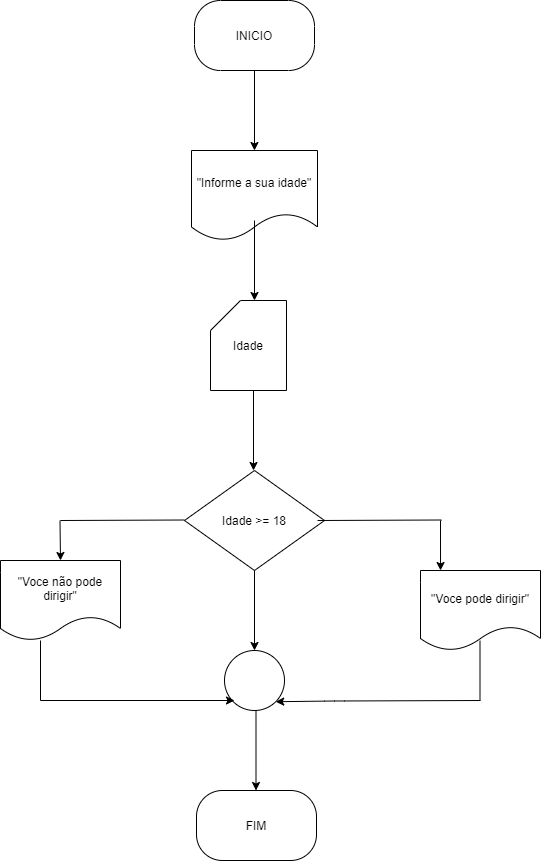
The draw.io diagram 11/diagrama011.drawio.png in SimioniMoises/Estrutura-sequencial, before a commit. Source tidied: cells renumbered, new cells last; positions are measured from the earlier drawing's top-left corner, leaving out a move shared by most shapes.
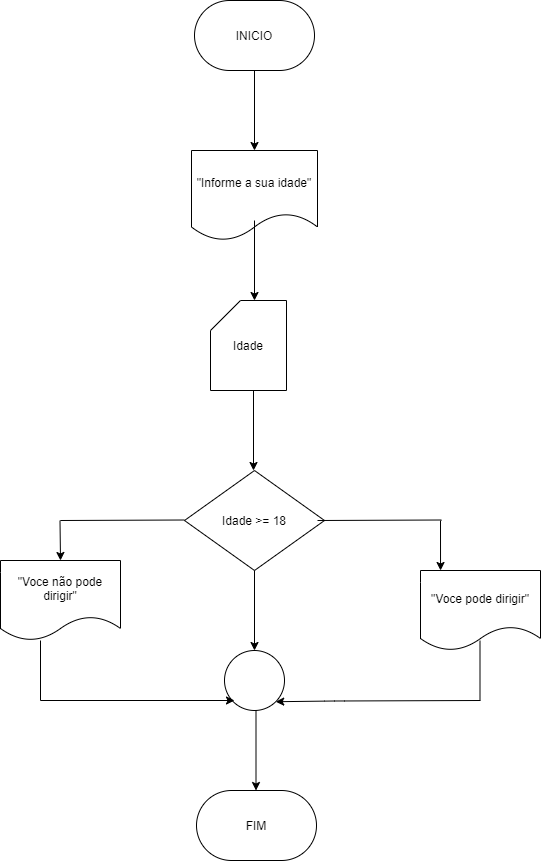
Later version of the same file.

What changed in the source:
```diff
@@ -5,7 +5,7 @@
     <mxCell id="2" style="edgeStyle=none;html=1;entryX=0.5;entryY=0;entryDx=0;entryDy=0;" parent="1" edge="1" source="3" target="4">
       <mxGeometry relative="1" as="geometry" />
     </mxCell>
-    <mxCell id="3" value="INICIO" style="rounded=1;whiteSpace=wrap;html=1;arcSize=37;" parent="1" vertex="1">
+    <mxCell id="3" value="INICIO" style="rounded=1;whiteSpace=wrap;html=1;arcSize=50;" parent="1" vertex="1">
       <mxGeometry x="194" width="120" height="70" as="geometry" />
     </mxCell>
     <mxCell id="4" value="&quot;Informe a sua idade&quot;" style="shape=document;whiteSpace=wrap;html=1;boundedLbl=1;" parent="1" vertex="1">
@@ -26,7 +26,7 @@
     <mxCell id="9" style="ellipse;whiteSpace=wrap;html=1;" parent="1" vertex="1">
       <mxGeometry x="224" y="650" width="60" height="60" as="geometry" />
     </mxCell>
-    <mxCell id="10" value="FIM" style="rounded=1;whiteSpace=wrap;html=1;arcSize=37;" parent="1" vertex="1">
+    <mxCell id="10" value="FIM" style="rounded=1;whiteSpace=wrap;html=1;arcSize=50;" parent="1" vertex="1">
       <mxGeometry x="196" y="790" width="120" height="70" as="geometry" />
     </mxCell>
     <mxCell id="11" style="edgeStyle=none;html=1;entryX=0.5;entryY=0;entryDx=0;entryDy=0;" parent="1" edge="1">
```
